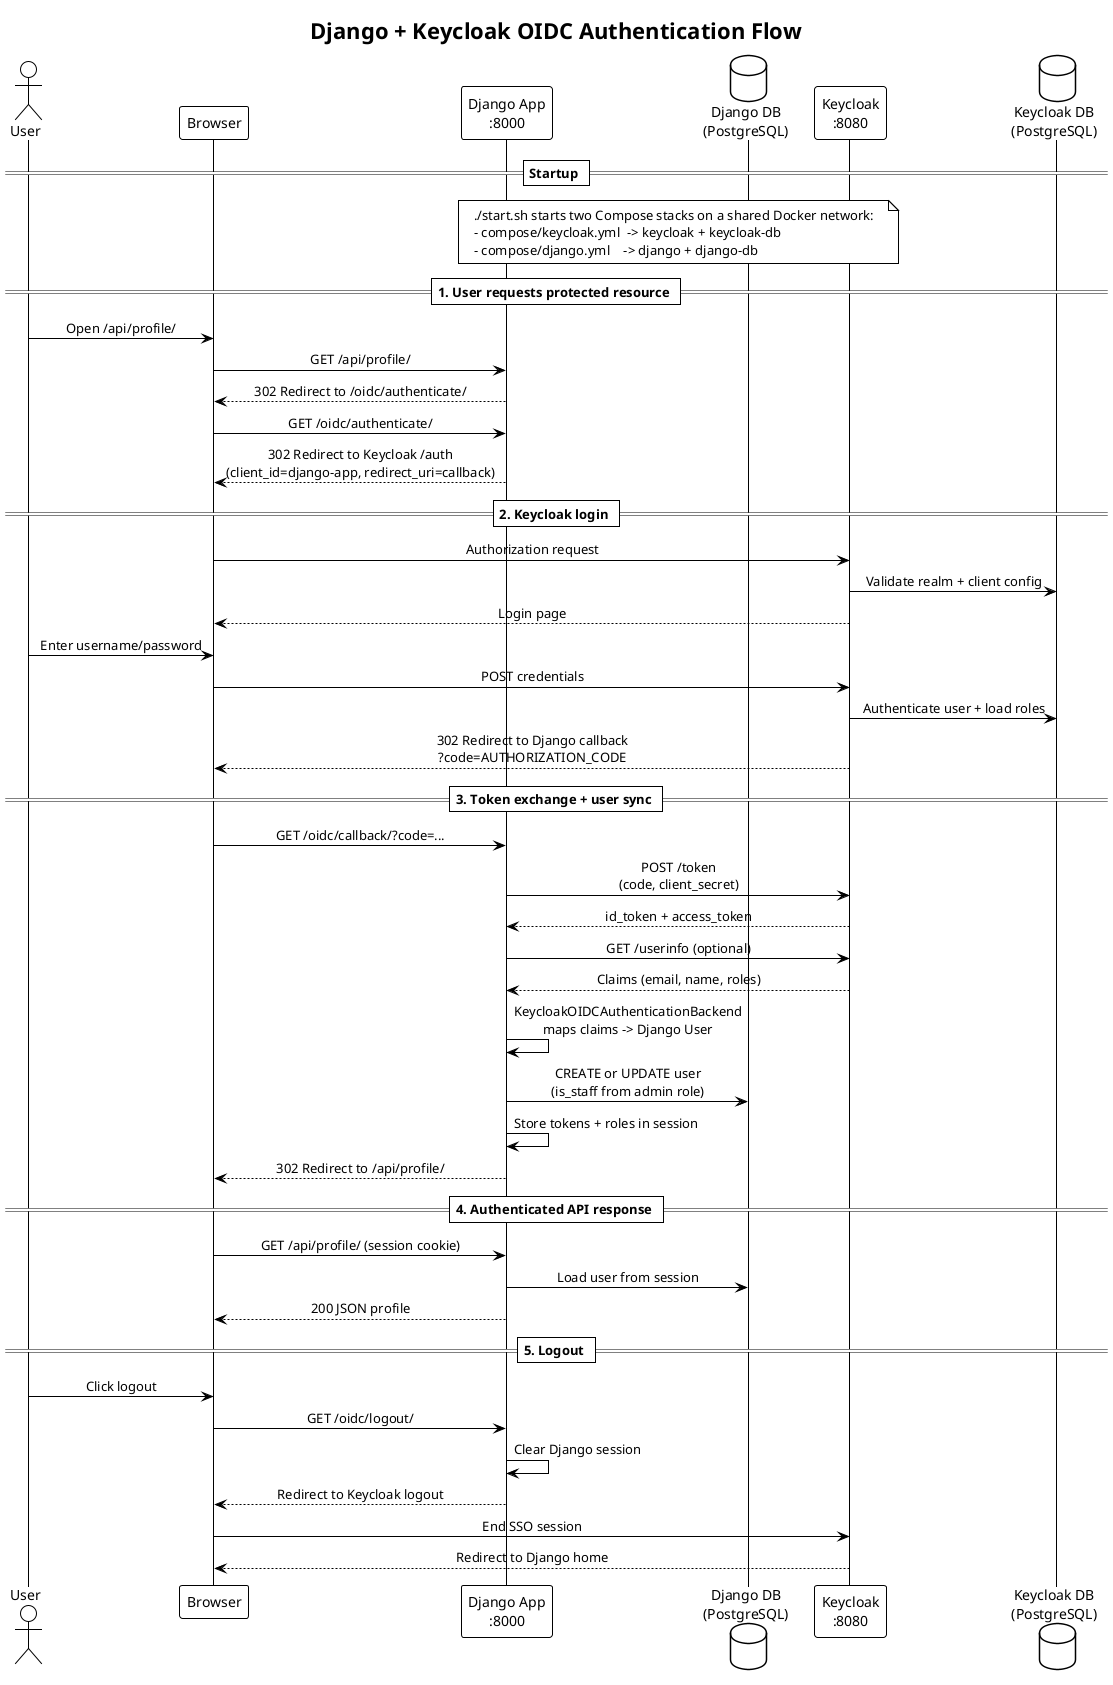
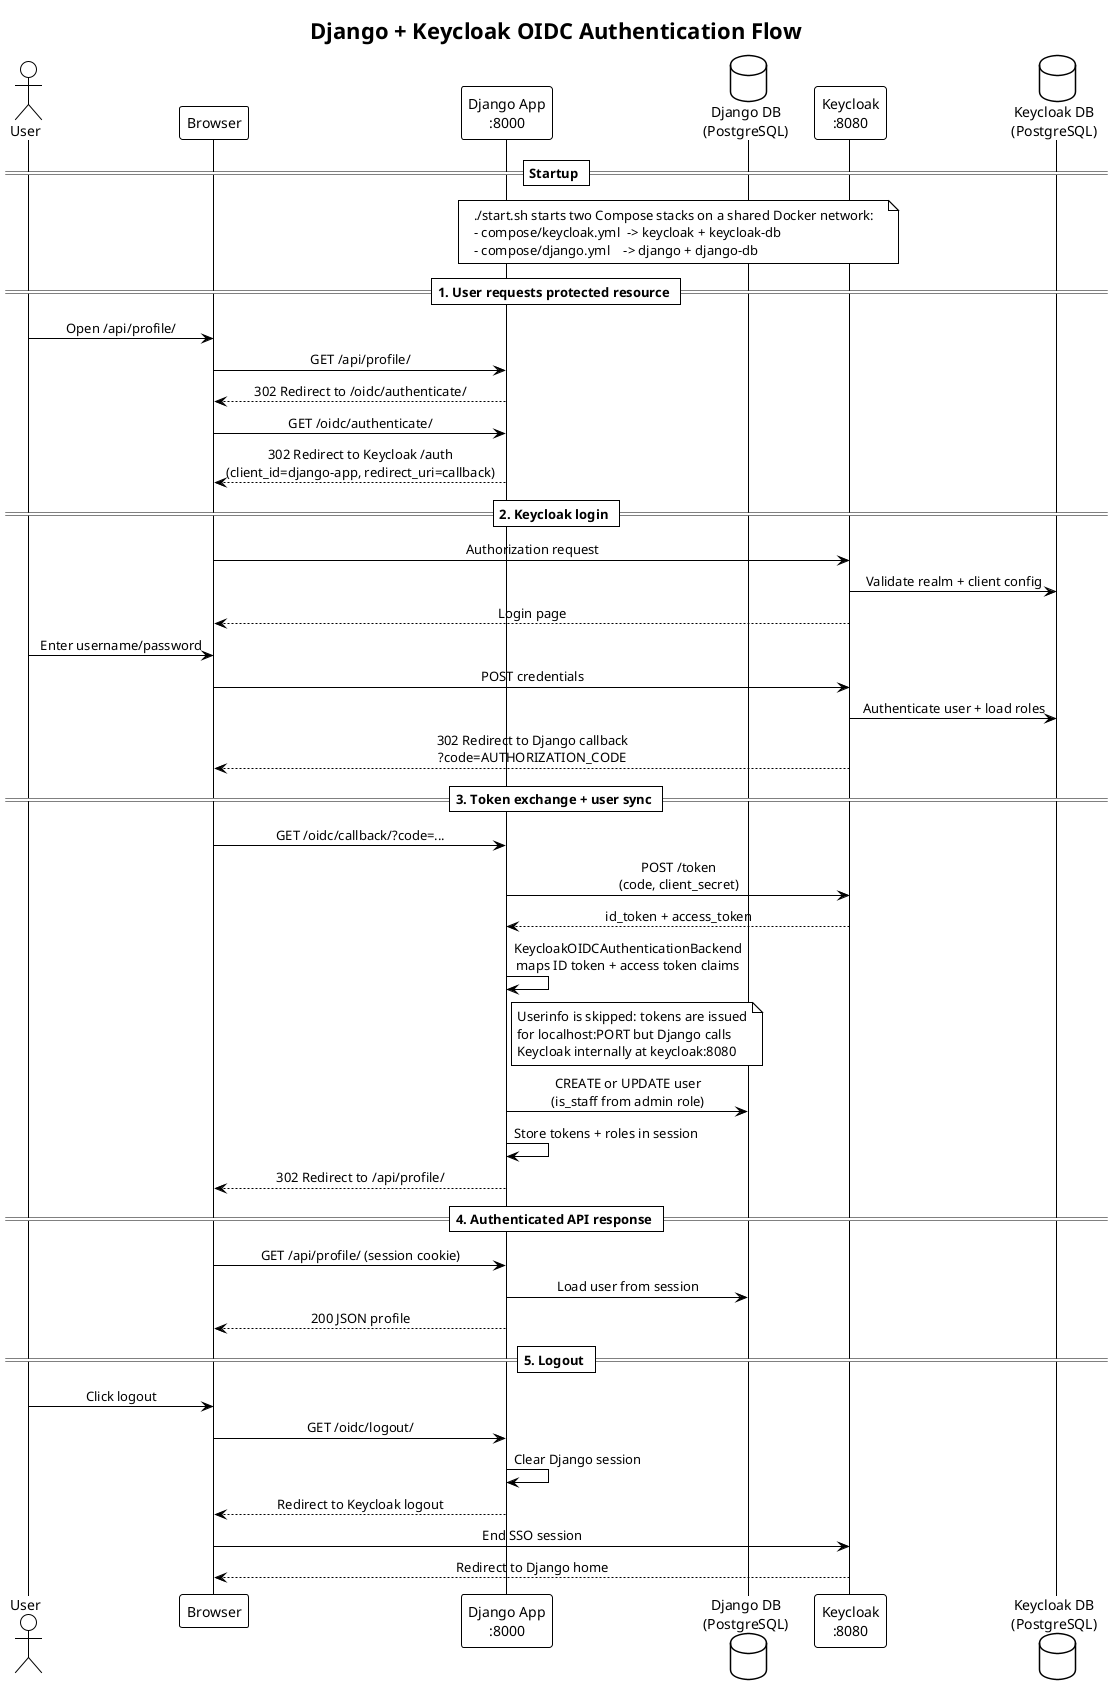
@startuml django-keycloak-flow
!theme plain
skinparam backgroundColor #FFFFFF
skinparam sequenceMessageAlign center

title Django + Keycloak OIDC Authentication Flow

actor User as user
participant "Browser" as browser
participant "Django App\n:8000" as django
database "Django DB\n(PostgreSQL)" as django_db
participant "Keycloak\n:8080" as keycloak
database "Keycloak DB\n(PostgreSQL)" as keycloak_db

== Startup ==
note over django, keycloak
  ./start.sh starts two Compose stacks on a shared Docker network:
  - compose/keycloak.yml  -> keycloak + keycloak-db
  - compose/django.yml    -> django + django-db
end note

== 1. User requests protected resource ==
user -> browser : Open /api/profile/
browser -> django : GET /api/profile/
django --> browser : 302 Redirect to /oidc/authenticate/
browser -> django : GET /oidc/authenticate/
django --> browser : 302 Redirect to Keycloak /auth\n(client_id=django-app, redirect_uri=callback)

== 2. Keycloak login ==
browser -> keycloak : Authorization request
keycloak -> keycloak_db : Validate realm + client config
keycloak --> browser : Login page
user -> browser : Enter username/password
browser -> keycloak : POST credentials
keycloak -> keycloak_db : Authenticate user + load roles
keycloak --> browser : 302 Redirect to Django callback\n?code=AUTHORIZATION_CODE

== 3. Token exchange + user sync ==
browser -> django : GET /oidc/callback/?code=...
django -> keycloak : POST /token\n(code, client_secret)
keycloak --> django : id_token + access_token
- django -> keycloak : GET /userinfo (optional)
- keycloak --> django : Claims (email, name, roles)
- django -> django : KeycloakOIDCAuthenticationBackend\nmaps claims -> Django User
+ django -> django : KeycloakOIDCAuthenticationBackend\nmaps ID token + access token claims
+ note right of django
+   Userinfo is skipped: tokens are issued
+   for localhost:PORT but Django calls
+   Keycloak internally at keycloak:8080
+ end note
django -> django_db : CREATE or UPDATE user\n(is_staff from admin role)
django -> django : Store tokens + roles in session
django --> browser : 302 Redirect to /api/profile/

== 4. Authenticated API response ==
browser -> django : GET /api/profile/ (session cookie)
django -> django_db : Load user from session
django --> browser : 200 JSON profile

== 5. Logout ==
user -> browser : Click logout
browser -> django : GET /oidc/logout/
django -> django : Clear Django session
django --> browser : Redirect to Keycloak logout
browser -> keycloak : End SSO session
keycloak --> browser : Redirect to Django home

@enduml
